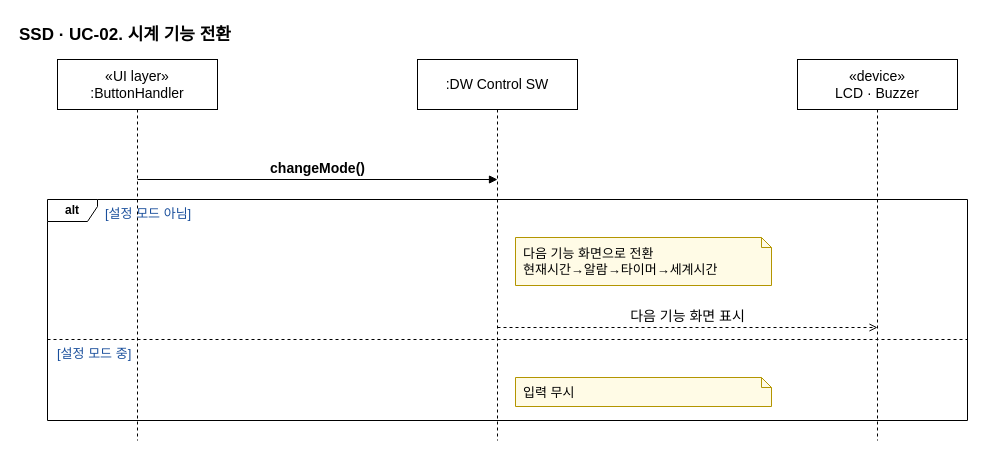
Earlier version of the draw.io diagram page "UC-02" (2 of 12) of docs/OOAD/practice/ssd/DigitalWatch_SSD.drawio (sspring2048/AssoArch). Source tidied: cells renumbered, new cells numbered last; positions are measured from the earlier drawing's top-left corner, leaving out a move shared by most shapes. Both pictures are drawn from the tidied source at 100%, with x=0, y=0 at pixel (17, 17).
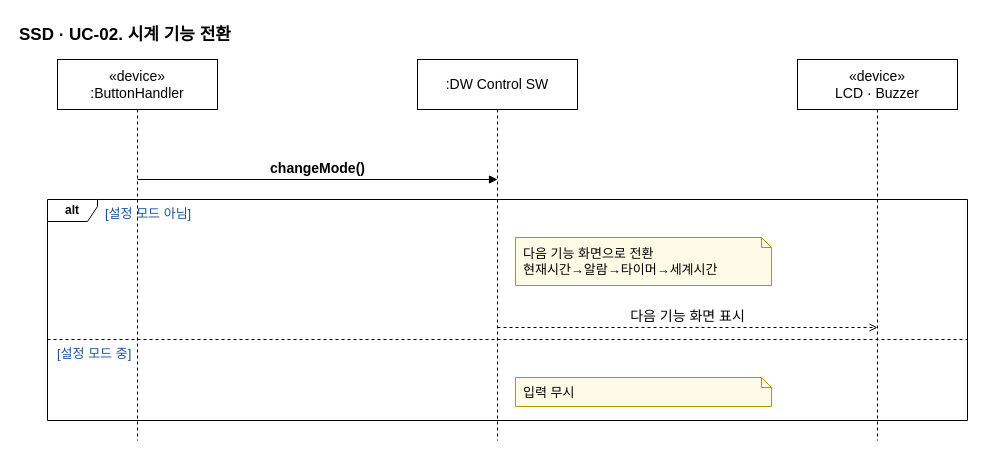
After the change.

Change to the diagram source:
```diff
@@
 <mxGraphModel>
   <root>
     <mxCell id="0" />
     <mxCell id="1" parent="0" />
     <mxCell id="2" value="SSD · UC-02. 시계 기능 전환" style="text;fontSize=17;fontStyle=1;align=left;" parent="1" vertex="1">
       <mxGeometry width="500" height="30" as="geometry" />
     </mxCell>
     <mxCell id="3" value="alt" style="shape=umlFrame;whiteSpace=wrap;html=1;width=50;height=22;fontStyle=1;fillColor=none;" parent="1" vertex="1">
       <mxGeometry x="30" y="182" width="920" height="221" as="geometry" />
     </mxCell>
     <mxCell id="4" value="[설정 모드 아님]" style="text;fontSize=13;fontColor=#1a4f9c;align=left;" parent="1" vertex="1">
       <mxGeometry x="86" y="182" width="854" height="22" as="geometry" />
     </mxCell>
     <mxCell id="5" style="endArrow=none;dashed=1;html=1;" parent="1" edge="1">
       <mxGeometry relative="1" as="geometry">
         <mxPoint x="30" y="322" as="sourcePoint" />
         <mxPoint x="950" y="322" as="targetPoint" />
       </mxGeometry>
     </mxCell>
     <mxCell id="6" value="[설정 모드 중]" style="text;fontSize=13;fontColor=#1a4f9c;align=left;" parent="1" vertex="1">
       <mxGeometry x="38" y="322" width="902" height="22" as="geometry" />
     </mxCell>
-    <mxCell id="7" value="«UI layer»&lt;br&gt;:ButtonHandler" style="shape=umlLifeline;perimeter=lifelinePerimeter;whiteSpace=wrap;html=1;size=50;fontSize=14;" parent="1" vertex="1">
+    <mxCell id="7" value="«device»&lt;br&gt;:ButtonHandler" style="shape=umlLifeline;perimeter=lifelinePerimeter;whiteSpace=wrap;html=1;size=50;fontSize=14;" parent="1" vertex="1">
       <mxGeometry x="40" y="42" width="160" height="381" as="geometry" />
     </mxCell>
     <mxCell id="8" value=":DW Control SW" style="shape=umlLifeline;perimeter=lifelinePerimeter;whiteSpace=wrap;html=1;size=50;fontSize=14;" parent="1" vertex="1">
       <mxGeometry x="400" y="42" width="160" height="381" as="geometry" />
     </mxCell>
     <mxCell id="9" value="«device»&lt;br&gt;LCD · Buzzer" style="shape=umlLifeline;perimeter=lifelinePerimeter;whiteSpace=wrap;html=1;size=50;fontSize=14;" parent="1" vertex="1">
       <mxGeometry x="780" y="42" width="160" height="381" as="geometry" />
     </mxCell>
     <mxCell id="10" value="changeMode()" style="html=1;verticalAlign=bottom;fontSize=14;endArrow=block;endFill=1;fontStyle=1;" parent="1" edge="1">
       <mxGeometry relative="1" as="geometry">
         <mxPoint x="120" y="162" as="sourcePoint" />
         <mxPoint x="480" y="162" as="targetPoint" />
       </mxGeometry>
     </mxCell>
     <mxCell id="11" value="다음 기능 화면으로 전환&lt;br&gt;현재시간→알람→타이머→세계시간" style="shape=note;size=10;whiteSpace=wrap;html=1;align=left;spacingLeft=6;fontSize=13;fillColor=#fffbe6;strokeColor=#b39500;" parent="1" vertex="1">
       <mxGeometry x="498" y="220" width="256" height="48" as="geometry" />
     </mxCell>
     <mxCell id="12" value="다음 기능 화면 표시" style="html=1;verticalAlign=bottom;fontSize=14;endArrow=open;dashed=1;" parent="1" edge="1">
       <mxGeometry relative="1" as="geometry">
         <mxPoint x="480" y="310" as="sourcePoint" />
         <mxPoint x="860" y="310" as="targetPoint" />
       </mxGeometry>
     </mxCell>
     <mxCell id="13" value="입력 무시" style="shape=note;size=10;whiteSpace=wrap;html=1;align=left;spacingLeft=6;fontSize=13;fillColor=#fffbe6;strokeColor=#b39500;" parent="1" vertex="1">
       <mxGeometry x="498" y="360" width="256" height="29" as="geometry" />
     </mxCell>
   </root>
 </mxGraphModel>
```
